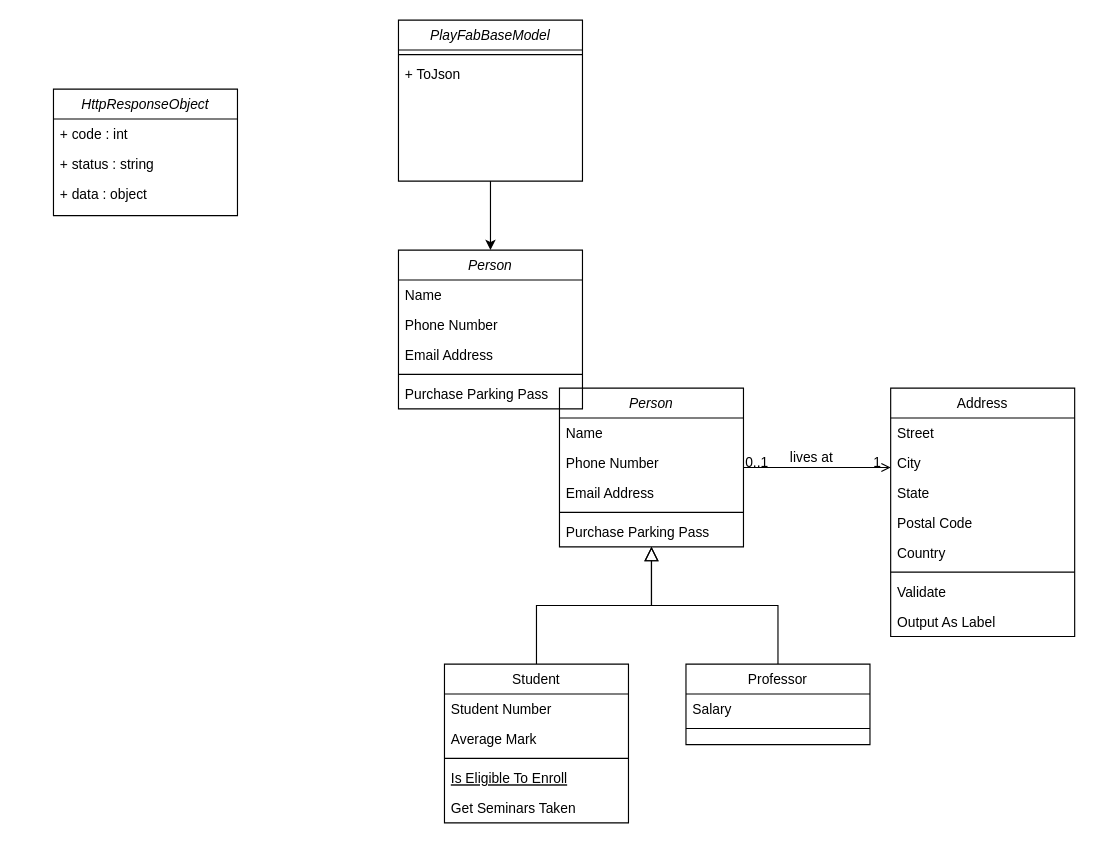
froglet-studio/cosmic-shore-backend-diagrams keeps this draw.io diagram as playfab-diagrams.drawio. Above is the earlier version. Source tidied: cells renumbered, new cells numbered last; positions are measured from the earlier drawing's top-left corner, leaving out a move shared by most shapes. Both pictures are drawn from the tidied source at 115%, with x=0, y=0 at pixel (53, 20).
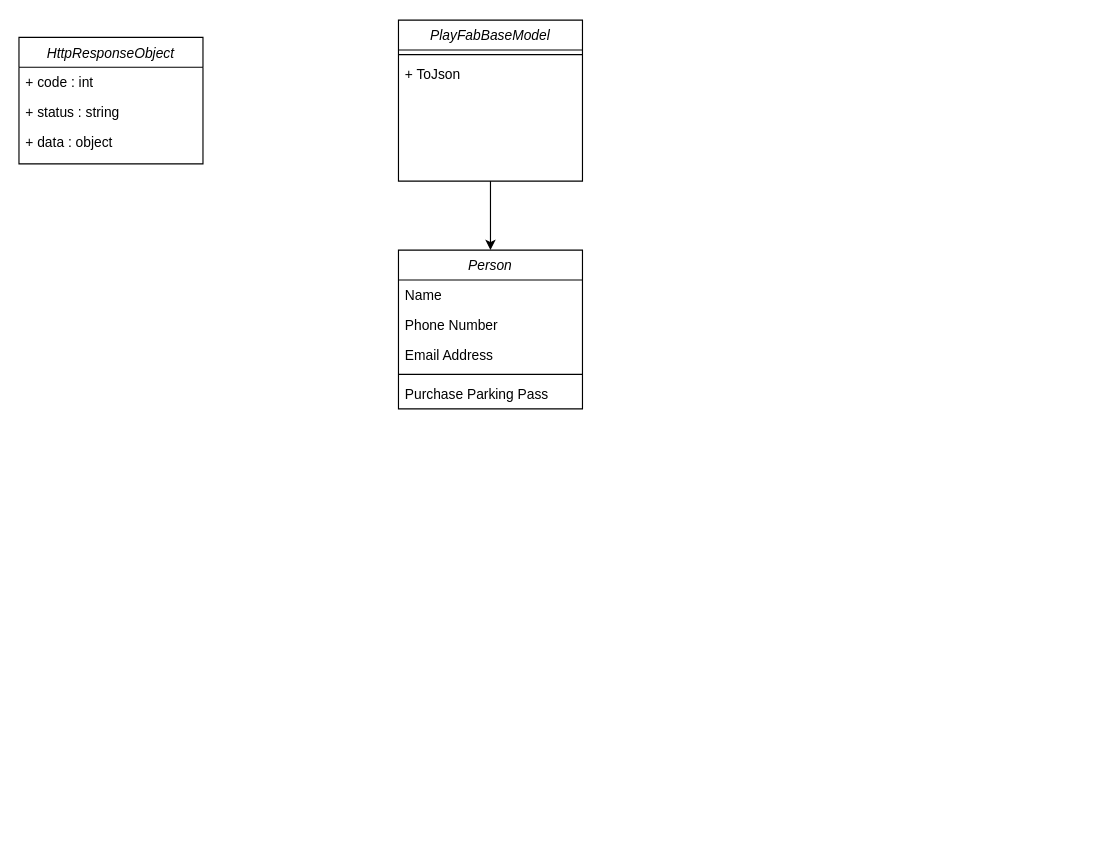
After the change.

Commit message:
Revisit the old diagrams

What changed in the source:
```diff
@@
-    <mxCell id="2" value="Person" style="swimlane;fontStyle=2;align=center;verticalAlign=top;horizontal=1;startSize=26;rounded=0;shadow=0;strokeWidth=1;" parent="1" vertex="1">
-      <mxGeometry x="440" y="320" width="160" height="138" as="geometry" />
-    </mxCell>
-    <mxCell id="3" value="Name" style="text;align=left;verticalAlign=top;spacingLeft=4;spacingRight=4;overflow=hidden;" parent="2" vertex="1">
-      <mxGeometry y="26" width="160" height="26" as="geometry" />
-    </mxCell>
-    <mxCell id="4" value="Phone Number" style="text;align=left;verticalAlign=top;spacingLeft=4;spacingRight=4;overflow=hidden;rounded=0;shadow=0;html=0;" parent="2" vertex="1">
-      <mxGeometry y="52" width="160" height="26" as="geometry" />
-    </mxCell>
-    <mxCell id="5" value="Email Address" style="text;align=left;verticalAlign=top;spacingLeft=4;spacingRight=4;overflow=hidden;rounded=0;shadow=0;html=0;" parent="2" vertex="1">
-      <mxGeometry y="78" width="160" height="26" as="geometry" />
-    </mxCell>
-    <mxCell id="6" style="line;html=1;strokeWidth=1;align=left;verticalAlign=middle;spacingTop=-1;spacingLeft=3;spacingRight=3;labelPosition=right;" parent="2" vertex="1">
-      <mxGeometry y="104" width="160" height="8" as="geometry" />
-    </mxCell>
-    <mxCell id="7" value="Purchase Parking Pass" style="text;align=left;verticalAlign=top;spacingLeft=4;spacingRight=4;overflow=hidden;" parent="2" vertex="1">
-      <mxGeometry y="112" width="160" height="26" as="geometry" />
-    </mxCell>
-    <mxCell id="8" value="Student" style="swimlane;fontStyle=0;align=center;verticalAlign=top;horizontal=1;startSize=26;rounded=0;shadow=0;strokeWidth=1;" parent="1" vertex="1">
-      <mxGeometry x="340" y="560" width="160" height="138" as="geometry" />
-    </mxCell>
-    <mxCell id="9" value="Student Number" style="text;align=left;verticalAlign=top;spacingLeft=4;spacingRight=4;overflow=hidden;" parent="8" vertex="1">
-      <mxGeometry y="26" width="160" height="26" as="geometry" />
-    </mxCell>
-    <mxCell id="10" value="Average Mark" style="text;align=left;verticalAlign=top;spacingLeft=4;spacingRight=4;overflow=hidden;rounded=0;shadow=0;html=0;" parent="8" vertex="1">
-      <mxGeometry y="52" width="160" height="26" as="geometry" />
-    </mxCell>
-    <mxCell id="11" style="line;html=1;strokeWidth=1;align=left;verticalAlign=middle;spacingTop=-1;spacingLeft=3;spacingRight=3;labelPosition=right;" parent="8" vertex="1">
-      <mxGeometry y="78" width="160" height="8" as="geometry" />
-    </mxCell>
-    <mxCell id="12" value="Is Eligible To Enroll" style="text;align=left;verticalAlign=top;spacingLeft=4;spacingRight=4;overflow=hidden;fontStyle=4;" parent="8" vertex="1">
-      <mxGeometry y="86" width="160" height="26" as="geometry" />
-    </mxCell>
-    <mxCell id="13" value="Get Seminars Taken" style="text;align=left;verticalAlign=top;spacingLeft=4;spacingRight=4;overflow=hidden;" parent="8" vertex="1">
-      <mxGeometry y="112" width="160" height="26" as="geometry" />
-    </mxCell>
-    <mxCell id="14" style="endArrow=block;endSize=10;endFill=0;shadow=0;strokeWidth=1;rounded=0;curved=0;edgeStyle=elbowEdgeStyle;elbow=vertical;" parent="1" edge="1" source="8" target="2">
-      <mxGeometry relative="1" as="geometry" />
-    </mxCell>
-    <mxCell id="15" value="Professor" style="swimlane;fontStyle=0;align=center;verticalAlign=top;horizontal=1;startSize=26;rounded=0;shadow=0;strokeWidth=1;" parent="1" vertex="1">
-      <mxGeometry x="550" y="560" width="160" height="70" as="geometry" />
-    </mxCell>
-    <mxCell id="16" value="Salary" style="text;align=left;verticalAlign=top;spacingLeft=4;spacingRight=4;overflow=hidden;" parent="15" vertex="1">
-      <mxGeometry y="26" width="160" height="26" as="geometry" />
-    </mxCell>
-    <mxCell id="17" style="line;html=1;strokeWidth=1;align=left;verticalAlign=middle;spacingTop=-1;spacingLeft=3;spacingRight=3;labelPosition=right;" parent="15" vertex="1">
-      <mxGeometry y="52" width="160" height="8" as="geometry" />
-    </mxCell>
-    <mxCell id="18" style="endArrow=block;endSize=10;endFill=0;shadow=0;strokeWidth=1;rounded=0;curved=0;edgeStyle=elbowEdgeStyle;elbow=vertical;" parent="1" edge="1" source="15" target="2">
-      <mxGeometry relative="1" as="geometry" />
-    </mxCell>
-    <mxCell id="19" value="Address" style="swimlane;fontStyle=0;align=center;verticalAlign=top;horizontal=1;startSize=26;rounded=0;shadow=0;strokeWidth=1;" parent="1" vertex="1">
-      <mxGeometry x="728" y="320" width="160" height="216" as="geometry" />
-    </mxCell>
-    <mxCell id="20" value="Street" style="text;align=left;verticalAlign=top;spacingLeft=4;spacingRight=4;overflow=hidden;" parent="19" vertex="1">
-      <mxGeometry y="26" width="160" height="26" as="geometry" />
-    </mxCell>
-    <mxCell id="21" value="City" style="text;align=left;verticalAlign=top;spacingLeft=4;spacingRight=4;overflow=hidden;rounded=0;shadow=0;html=0;" parent="19" vertex="1">
-      <mxGeometry y="52" width="160" height="26" as="geometry" />
-    </mxCell>
-    <mxCell id="22" value="State" style="text;align=left;verticalAlign=top;spacingLeft=4;spacingRight=4;overflow=hidden;rounded=0;shadow=0;html=0;" parent="19" vertex="1">
-      <mxGeometry y="78" width="160" height="26" as="geometry" />
-    </mxCell>
-    <mxCell id="23" value="Postal Code" style="text;align=left;verticalAlign=top;spacingLeft=4;spacingRight=4;overflow=hidden;rounded=0;shadow=0;html=0;" parent="19" vertex="1">
-      <mxGeometry y="104" width="160" height="26" as="geometry" />
-    </mxCell>
-    <mxCell id="24" value="Country" style="text;align=left;verticalAlign=top;spacingLeft=4;spacingRight=4;overflow=hidden;rounded=0;shadow=0;html=0;" parent="19" vertex="1">
-      <mxGeometry y="130" width="160" height="26" as="geometry" />
-    </mxCell>
-    <mxCell id="25" style="line;html=1;strokeWidth=1;align=left;verticalAlign=middle;spacingTop=-1;spacingLeft=3;spacingRight=3;labelPosition=right;" parent="19" vertex="1">
-      <mxGeometry y="156" width="160" height="8" as="geometry" />
-    </mxCell>
-    <mxCell id="26" value="Validate" style="text;align=left;verticalAlign=top;spacingLeft=4;spacingRight=4;overflow=hidden;" parent="19" vertex="1">
-      <mxGeometry y="164" width="160" height="26" as="geometry" />
-    </mxCell>
-    <mxCell id="27" value="Output As Label" style="text;align=left;verticalAlign=top;spacingLeft=4;spacingRight=4;overflow=hidden;" parent="19" vertex="1">
-      <mxGeometry y="190" width="160" height="26" as="geometry" />
-    </mxCell>
-    <mxCell id="28" style="endArrow=open;shadow=0;strokeWidth=1;rounded=0;curved=0;endFill=1;edgeStyle=elbowEdgeStyle;elbow=vertical;" parent="1" edge="1" source="2" target="19">
-      <mxGeometry x="0.5" y="41" relative="1" as="geometry">
-        <mxPoint x="-40" y="32" as="offset" />
-      </mxGeometry>
-    </mxCell>
-    <mxCell id="29" value="0..1" style="align=left;verticalAlign=bottom;labelBackgroundColor=none;fontSize=12;" parent="28" vertex="1">
-      <mxGeometry x="-1" relative="1" as="geometry">
-        <mxPoint y="4" as="offset" />
-      </mxGeometry>
-    </mxCell>
-    <mxCell id="30" value="1" style="align=right;verticalAlign=bottom;labelBackgroundColor=none;fontSize=12;" parent="28" vertex="1">
-      <mxGeometry x="1" relative="1" as="geometry">
-        <mxPoint x="-7" y="4" as="offset" />
-      </mxGeometry>
-    </mxCell>
-    <mxCell id="31" value="lives at" style="text;html=1;align=center;verticalAlign=middle;labelBackgroundColor=none;rounded=0;shadow=0;strokeWidth=1;fontSize=12;" parent="28" vertex="1">
-      <mxGeometry x="0.5" y="49" relative="1" as="geometry">
-        <mxPoint x="-38" y="40" as="offset" />
-      </mxGeometry>
-    </mxCell>
     <mxCell id="32" value="HttpResponseObject" style="swimlane;fontStyle=2;align=center;verticalAlign=top;horizontal=1;startSize=26;rounded=0;shadow=0;strokeWidth=1;" parent="1" vertex="1">
-      <mxGeometry y="60" width="160" height="110" as="geometry" />
+      <mxGeometry x="-30" y="15" width="160" height="110" as="geometry" />
     </mxCell>
```
